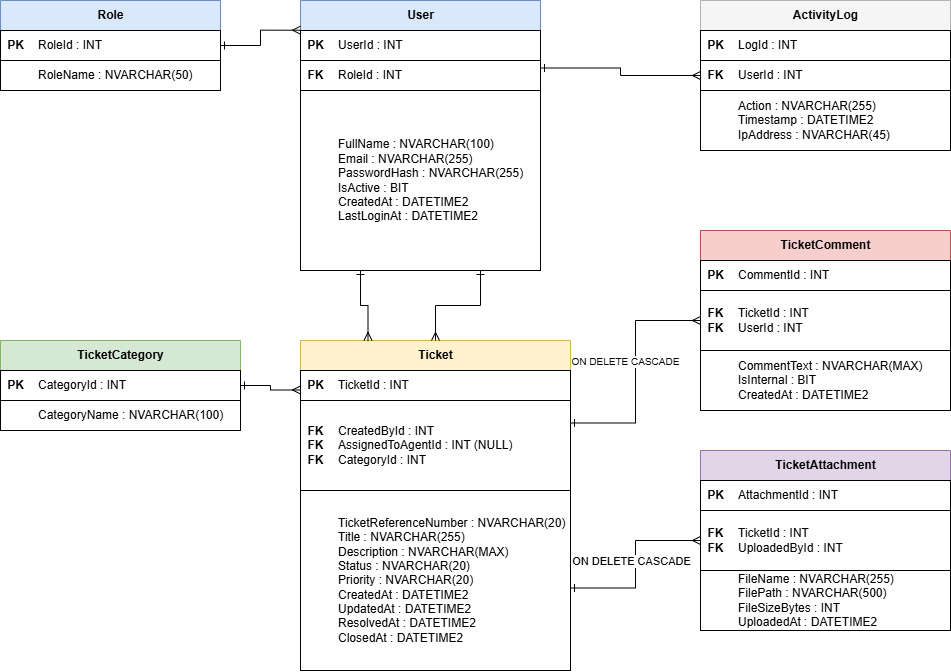
Above: Database/ERD.png in MT-Shami/it-helpdesk-system (draw.io), before the change. Source tidied: cells renumbered, new cells last; positions are measured from the earlier drawing's top-left corner, leaving out a move shared by most shapes.
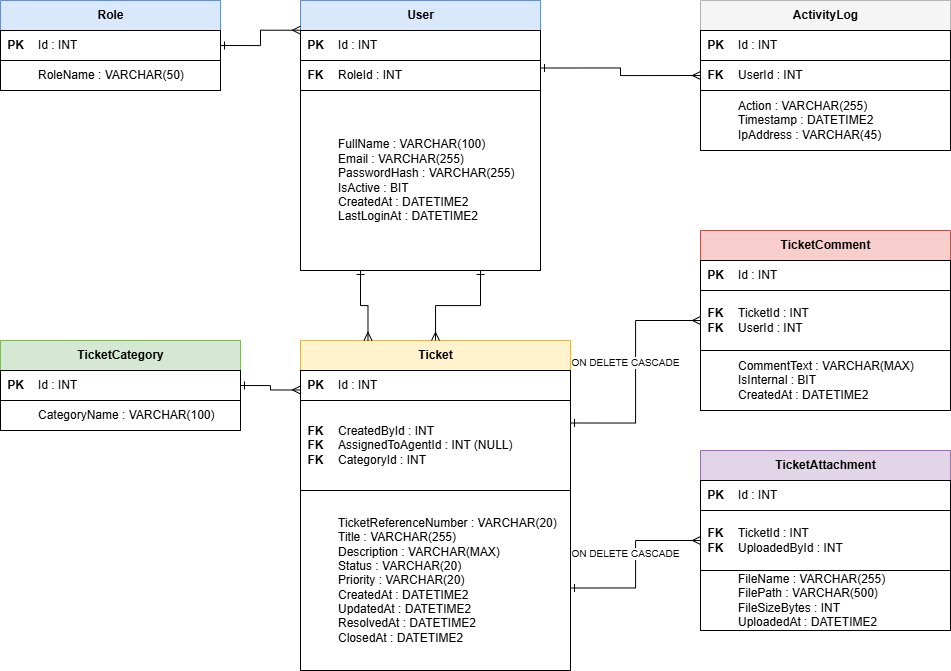
Above is the later version.

Commit message:
Update ERD diagram and schema files

Change to the diagram source:
```diff
@@ -11,7 +11,7 @@
     <mxCell id="4" value="PK" style="shape=partialRectangle;fontStyle=1;fillColor=none;top=0;left=0;bottom=0;right=0;html=1;align=center;" parent="3" vertex="1">
       <mxGeometry width="30" height="30" as="geometry" />
     </mxCell>
-    <mxCell id="5" value="RoleId : INT" style="shape=partialRectangle;fillColor=none;top=0;left=0;bottom=0;right=0;html=1;align=left;spacingLeft=6;" parent="3" vertex="1">
+    <mxCell id="5" value="Id : INT" style="shape=partialRectangle;fillColor=none;top=0;left=0;bottom=0;right=0;html=1;align=left;spacingLeft=6;" parent="3" vertex="1">
       <mxGeometry x="30" width="190" height="30" as="geometry" />
     </mxCell>
     <mxCell id="6" style="tableRow;horizontal=0;startSize=0;html=1;" parent="2" vertex="1">
@@ -20,7 +20,7 @@
     <mxCell id="7" style="shape=partialRectangle;fillColor=none;top=0;left=0;bottom=0;right=0;html=1;" parent="6" vertex="1">
       <mxGeometry width="30" height="30" as="geometry" />
     </mxCell>
-    <mxCell id="8" value="RoleName : NVARCHAR(50)" style="shape=partialRectangle;fillColor=none;top=0;left=0;bottom=0;right=0;html=1;align=left;spacingLeft=6;" parent="6" vertex="1">
+    <mxCell id="8" value="RoleName : VARCHAR(50)" style="shape=partialRectangle;fillColor=none;top=0;left=0;bottom=0;right=0;html=1;align=left;spacingLeft=6;" parent="6" vertex="1">
       <mxGeometry x="30" width="190" height="30" as="geometry" />
     </mxCell>
     <mxCell id="9" value="User" style="swimlane;fontStyle=1;horizontal=1;startSize=30;html=1;fillColor=#dae8fc;strokeColor=#6c8ebf;" parent="1" vertex="1">
@@ -32,7 +32,7 @@
     <mxCell id="11" value="PK" style="shape=partialRectangle;fontStyle=1;fillColor=none;top=0;left=0;bottom=0;right=0;html=1;align=center;" parent="10" vertex="1">
       <mxGeometry width="30" height="30" as="geometry" />
     </mxCell>
-    <mxCell id="12" value="UserId : INT" style="shape=partialRectangle;fillColor=none;top=0;left=0;bottom=0;right=0;html=1;align=left;spacingLeft=6;" parent="10" vertex="1">
+    <mxCell id="12" value="Id : INT" style="shape=partialRectangle;fillColor=none;top=0;left=0;bottom=0;right=0;html=1;align=left;spacingLeft=6;" parent="10" vertex="1">
       <mxGeometry x="30" width="210" height="30" as="geometry" />
     </mxCell>
     <mxCell id="13" style="tableRow;horizontal=0;startSize=0;html=1;" parent="9" vertex="1">
@@ -47,7 +47,7 @@
     <mxCell id="16" style="tableRow;horizontal=0;startSize=0;html=1;" parent="9" vertex="1">
       <mxGeometry y="90" width="240" height="180" as="geometry" />
     </mxCell>
-    <mxCell id="17" value="FullName : NVARCHAR(100)&#10;Email : NVARCHAR(255)&#10;PasswordHash : NVARCHAR(255)&#10;IsActive : BIT&#10;CreatedAt : DATETIME2&#10;LastLoginAt : DATETIME2" style="shape=partialRectangle;fillColor=none;top=0;left=0;bottom=0;right=0;html=1;align=left;spacingLeft=6;whiteSpace=wrap;" parent="9" vertex="1">
+    <mxCell id="17" value="FullName : VARCHAR(100)&#10;Email : VARCHAR(255)&#10;PasswordHash : VARCHAR(255)&#10;IsActive : BIT&#10;CreatedAt : DATETIME2&#10;LastLoginAt : DATETIME2" style="shape=partialRectangle;fillColor=none;top=0;left=0;bottom=0;right=0;html=1;align=left;spacingLeft=6;whiteSpace=wrap;" parent="9" vertex="1">
       <mxGeometry x="30" y="90" width="210" height="180" as="geometry" />
     </mxCell>
     <mxCell id="18" value="TicketCategory" style="swimlane;fontStyle=1;horizontal=1;startSize=30;html=1;fillColor=#d5e8d4;strokeColor=#82b366;" parent="1" vertex="1">
@@ -59,7 +59,7 @@
     <mxCell id="20" value="PK" style="shape=partialRectangle;fontStyle=1;fillColor=none;top=0;left=0;bottom=0;right=0;html=1;align=center;" parent="19" vertex="1">
       <mxGeometry width="30" height="30" as="geometry" />
     </mxCell>
-    <mxCell id="21" value="CategoryId : INT" style="shape=partialRectangle;fillColor=none;top=0;left=0;bottom=0;right=0;html=1;align=left;spacingLeft=6;" parent="19" vertex="1">
+    <mxCell id="21" value="Id : INT" style="shape=partialRectangle;fillColor=none;top=0;left=0;bottom=0;right=0;html=1;align=left;spacingLeft=6;" parent="19" vertex="1">
       <mxGeometry x="30" width="210" height="30" as="geometry" />
     </mxCell>
     <mxCell id="22" style="tableRow;horizontal=0;startSize=0;html=1;" parent="18" vertex="1">
@@ -68,7 +68,7 @@
     <mxCell id="23" style="shape=partialRectangle;fillColor=none;top=0;left=0;bottom=0;right=0;html=1;" parent="22" vertex="1">
       <mxGeometry width="30" height="30" as="geometry" />
     </mxCell>
-    <mxCell id="24" value="CategoryName : NVARCHAR(100)" style="shape=partialRectangle;fillColor=none;top=0;left=0;bottom=0;right=0;html=1;align=left;spacingLeft=6;" parent="22" vertex="1">
+    <mxCell id="24" value="CategoryName : VARCHAR(100)" style="shape=partialRectangle;fillColor=none;top=0;left=0;bottom=0;right=0;html=1;align=left;spacingLeft=6;" parent="22" vertex="1">
       <mxGeometry x="30" width="210" height="30" as="geometry" />
     </mxCell>
     <mxCell id="25" value="Ticket" style="swimlane;fontStyle=1;horizontal=1;startSize=30;html=1;fillColor=#fff2cc;strokeColor=#d6b656;" parent="1" vertex="1">
@@ -80,7 +80,7 @@
     <mxCell id="27" value="PK" style="shape=partialRectangle;fontStyle=1;fillColor=none;top=0;left=0;bottom=0;right=0;html=1;align=center;" parent="26" vertex="1">
       <mxGeometry width="30" height="30" as="geometry" />
     </mxCell>
-    <mxCell id="28" value="TicketId : INT" style="shape=partialRectangle;fillColor=none;top=0;left=0;bottom=0;right=0;html=1;align=left;spacingLeft=6;" parent="26" vertex="1">
+    <mxCell id="28" value="Id : INT" style="shape=partialRectangle;fillColor=none;top=0;left=0;bottom=0;right=0;html=1;align=left;spacingLeft=6;" parent="26" vertex="1">
       <mxGeometry x="30" width="240" height="30" as="geometry" />
     </mxCell>
     <mxCell id="29" style="tableRow;horizontal=0;startSize=0;html=1;" parent="25" vertex="1">
@@ -95,7 +95,7 @@
     <mxCell id="32" style="tableRow;horizontal=0;startSize=0;html=1;" parent="25" vertex="1">
       <mxGeometry y="150" width="270" height="180" as="geometry" />
     </mxCell>
-    <mxCell id="33" value="TicketReferenceNumber : NVARCHAR(20)&#10;Title : NVARCHAR(255)&#10;Description : NVARCHAR(MAX)&#10;Status : NVARCHAR(20)&#10;Priority : NVARCHAR(20)&#10;CreatedAt : DATETIME2&#10;UpdatedAt : DATETIME2&#10;ResolvedAt : DATETIME2&#10;ClosedAt : DATETIME2" style="shape=partialRectangle;fillColor=none;top=0;left=0;bottom=0;right=0;html=1;align=left;spacingLeft=6;whiteSpace=wrap;" parent="25" vertex="1">
+    <mxCell id="33" value="TicketReferenceNumber : VARCHAR(20)&#10;Title : VARCHAR(255)&#10;Description : VARCHAR(MAX)&#10;Status : VARCHAR(20)&#10;Priority : VARCHAR(20)&#10;CreatedAt : DATETIME2&#10;UpdatedAt : DATETIME2&#10;ResolvedAt : DATETIME2&#10;ClosedAt : DATETIME2" style="shape=partialRectangle;fillColor=none;top=0;left=0;bottom=0;right=0;html=1;align=left;spacingLeft=6;whiteSpace=wrap;" parent="25" vertex="1">
       <mxGeometry x="30" y="150" width="240" height="180" as="geometry" />
     </mxCell>
     <mxCell id="34" value="TicketComment" style="swimlane;fontStyle=1;horizontal=1;startSize=30;html=1;fillColor=#f8cecc;strokeColor=#b85450;" parent="1" vertex="1">
@@ -107,7 +107,7 @@
     <mxCell id="36" value="PK" style="shape=partialRectangle;fontStyle=1;fillColor=none;top=0;left=0;bottom=0;right=0;html=1;align=center;" parent="35" vertex="1">
       <mxGeometry width="30" height="30" as="geometry" />
     </mxCell>
-    <mxCell id="37" value="CommentId : INT" style="shape=partialRectangle;fillColor=none;top=0;left=0;bottom=0;right=0;html=1;align=left;spacingLeft=6;" parent="35" vertex="1">
+    <mxCell id="37" value="Id : INT" style="shape=partialRectangle;fillColor=none;top=0;left=0;bottom=0;right=0;html=1;align=left;spacingLeft=6;" parent="35" vertex="1">
       <mxGeometry x="30" width="220" height="30" as="geometry" />
     </mxCell>
     <mxCell id="38" style="tableRow;horizontal=0;startSize=0;html=1;" parent="34" vertex="1">
@@ -122,7 +122,7 @@
     <mxCell id="41" style="tableRow;horizontal=0;startSize=0;html=1;" parent="34" vertex="1">
       <mxGeometry y="120" width="250" height="60" as="geometry" />
     </mxCell>
-    <mxCell id="42" value="CommentText : NVARCHAR(MAX)&#10;IsInternal : BIT&#10;CreatedAt : DATETIME2" style="shape=partialRectangle;fillColor=none;top=0;left=0;bottom=0;right=0;html=1;align=left;spacingLeft=6;whiteSpace=wrap;" parent="34" vertex="1">
+    <mxCell id="42" value="CommentText : VARCHAR(MAX)&#10;IsInternal : BIT&#10;CreatedAt : DATETIME2" style="shape=partialRectangle;fillColor=none;top=0;left=0;bottom=0;right=0;html=1;align=left;spacingLeft=6;whiteSpace=wrap;" parent="34" vertex="1">
       <mxGeometry x="30" y="120" width="220" height="60" as="geometry" />
     </mxCell>
     <mxCell id="43" value="TicketAttachment" style="swimlane;fontStyle=1;horizontal=1;startSize=30;html=1;fillColor=#e1d5e7;strokeColor=#9673a6;" parent="1" vertex="1">
@@ -134,7 +134,7 @@
     <mxCell id="45" value="PK" style="shape=partialRectangle;fontStyle=1;fillColor=none;top=0;left=0;bottom=0;right=0;html=1;align=center;" parent="44" vertex="1">
       <mxGeometry width="30" height="30" as="geometry" />
     </mxCell>
-    <mxCell id="46" value="AttachmentId : INT" style="shape=partialRectangle;fillColor=none;top=0;left=0;bottom=0;right=0;html=1;align=left;spacingLeft=6;" parent="44" vertex="1">
+    <mxCell id="46" value="Id : INT" style="shape=partialRectangle;fillColor=none;top=0;left=0;bottom=0;right=0;html=1;align=left;spacingLeft=6;" parent="44" vertex="1">
       <mxGeometry x="30" width="220" height="30" as="geometry" />
     </mxCell>
     <mxCell id="47" style="tableRow;horizontal=0;startSize=0;html=1;" parent="43" vertex="1">
@@ -149,7 +149,7 @@
     <mxCell id="50" style="tableRow;horizontal=0;startSize=0;html=1;" parent="43" vertex="1">
       <mxGeometry y="120" width="250" height="60" as="geometry" />
     </mxCell>
-    <mxCell id="51" value="FileName : NVARCHAR(255)&#10;FilePath : NVARCHAR(500)&#10;FileSizeBytes : INT&#10;UploadedAt : DATETIME2" style="shape=partialRectangle;fillColor=none;top=0;left=0;bottom=0;right=0;html=1;align=left;spacingLeft=6;whiteSpace=wrap;" parent="43" vertex="1">
+    <mxCell id="51" value="FileName : VARCHAR(255)&#10;FilePath : VARCHAR(500)&#10;FileSizeBytes : INT&#10;UploadedAt : DATETIME2" style="shape=partialRectangle;fillColor=none;top=0;left=0;bottom=0;right=0;html=1;align=left;spacingLeft=6;whiteSpace=wrap;" parent="43" vertex="1">
       <mxGeometry x="30" y="120" width="220" height="60" as="geometry" />
     </mxCell>
     <mxCell id="52" value="ActivityLog" style="swimlane;fontStyle=1;horizontal=1;startSize=30;html=1;fillColor=#f5f5f5;strokeColor=#b3b3b3;" parent="1" vertex="1">
@@ -161,7 +161,7 @@
     <mxCell id="54" value="PK" style="shape=partialRectangle;fontStyle=1;fillColor=none;top=0;left=0;bottom=0;right=0;html=1;align=center;" parent="53" vertex="1">
       <mxGeometry width="30" height="30" as="geometry" />
     </mxCell>
-    <mxCell id="55" value="LogId : INT" style="shape=partialRectangle;fillColor=none;top=0;left=0;bottom=0;right=0;html=1;align=left;spacingLeft=6;" parent="53" vertex="1">
+    <mxCell id="55" value="Id : INT" style="shape=partialRectangle;fillColor=none;top=0;left=0;bottom=0;right=0;html=1;align=left;spacingLeft=6;" parent="53" vertex="1">
       <mxGeometry x="30" width="220" height="30" as="geometry" />
     </mxCell>
     <mxCell id="56" style="tableRow;horizontal=0;startSize=0;html=1;" parent="52" vertex="1">
@@ -176,7 +176,7 @@
     <mxCell id="59" style="tableRow;horizontal=0;startSize=0;html=1;" parent="52" vertex="1">
       <mxGeometry y="90" width="250" height="60" as="geometry" />
     </mxCell>
-    <mxCell id="60" value="Action : NVARCHAR(255)&#10;Timestamp : DATETIME2&#10;IpAddress : NVARCHAR(45)" style="shape=partialRectangle;fillColor=none;top=0;left=0;bottom=0;right=0;html=1;align=left;spacingLeft=6;whiteSpace=wrap;" parent="52" vertex="1">
+    <mxCell id="60" value="Action : VARCHAR(255)&#10;Timestamp : DATETIME2&#10;IpAddress : VARCHAR(45)" style="shape=partialRectangle;fillColor=none;top=0;left=0;bottom=0;right=0;html=1;align=left;spacingLeft=6;whiteSpace=wrap;" parent="52" vertex="1">
       <mxGeometry x="30" y="90" width="220" height="60" as="geometry" />
     </mxCell>
     <mxCell id="61" style="edgeStyle=orthogonalEdgeStyle;fontSize=12;html=1;endArrow=ERmany;endFill=0;startArrow=ERone;startFill=0;rounded=0;exitX=1;exitY=0.5;entryX=0;entryY=0.11;" parent="1" edge="1" source="2" target="9">
@@ -196,14 +196,11 @@
         <mxPoint x="-10" y="-10" as="offset" />
       </mxGeometry>
     </mxCell>
-    <mxCell id="66" style="edgeStyle=orthogonalEdgeStyle;fontSize=12;html=1;endArrow=ERmany;endFill=0;startArrow=ERone;startFill=0;rounded=0;exitX=1;exitY=0.75;entryX=0;entryY=0.5;" parent="1" edge="1" source="25" target="43">
-      <mxGeometry relative="1" as="geometry" />
+    <mxCell id="66" value="ON DELETE CASCADE" style="edgeStyle=orthogonalEdgeStyle;fontSize=10;html=1;endArrow=ERmany;endFill=0;startArrow=ERone;startFill=0;rounded=0;exitX=1;exitY=0.75;entryX=0;entryY=0.5;labelBackgroundColor=#ffffff;" parent="1" edge="1" source="25" target="43">
+      <mxGeometry relative="1" as="geometry">
+        <mxPoint x="-10" y="-10" as="offset" />
+      </mxGeometry>
     </mxCell>
-    <mxCell id="67" value="ON DELETE CASCADE" style="edgeLabel;html=1;align=center;verticalAlign=middle;" parent="66" vertex="1">
-      <mxGeometry x="0.29" y="-2" relative="1" as="geometry">
-        <mxPoint x="-7" y="18" as="offset" />
-      </mxGeometry>
-    </mxCell>
     <mxCell id="68" style="edgeStyle=orthogonalEdgeStyle;fontSize=12;html=1;endArrow=ERmany;endFill=0;startArrow=ERone;startFill=0;rounded=0;exitX=1;exitY=0.25;entryX=0;entryY=0.5;" parent="1" edge="1" source="9" target="52">
       <mxGeometry relative="1" as="geometry" />
     </mxCell>
```
